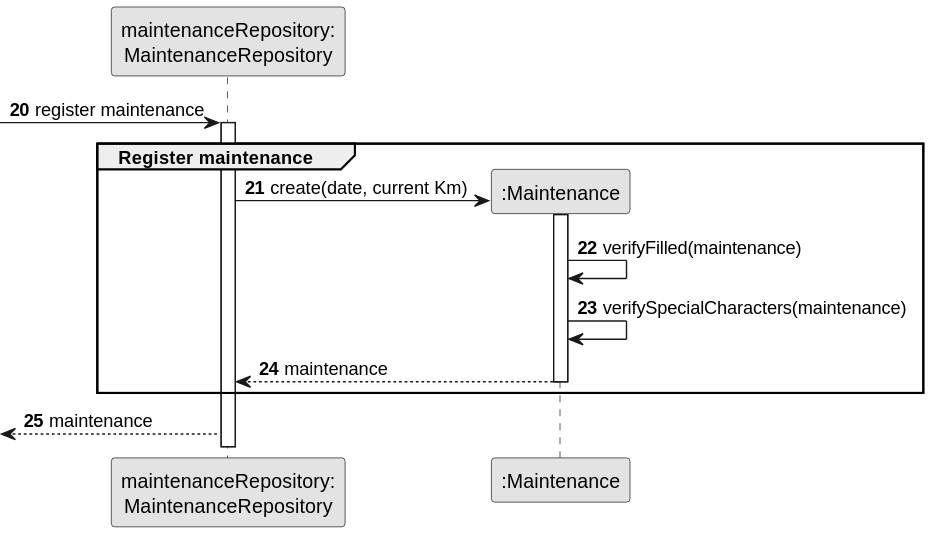
The PlantUML diagram docs/sprintB/us007/03.design/svg/us007-sequence-diagram-partial-create-maintenance.svg in ricardomm7/leaflink, before a commit.
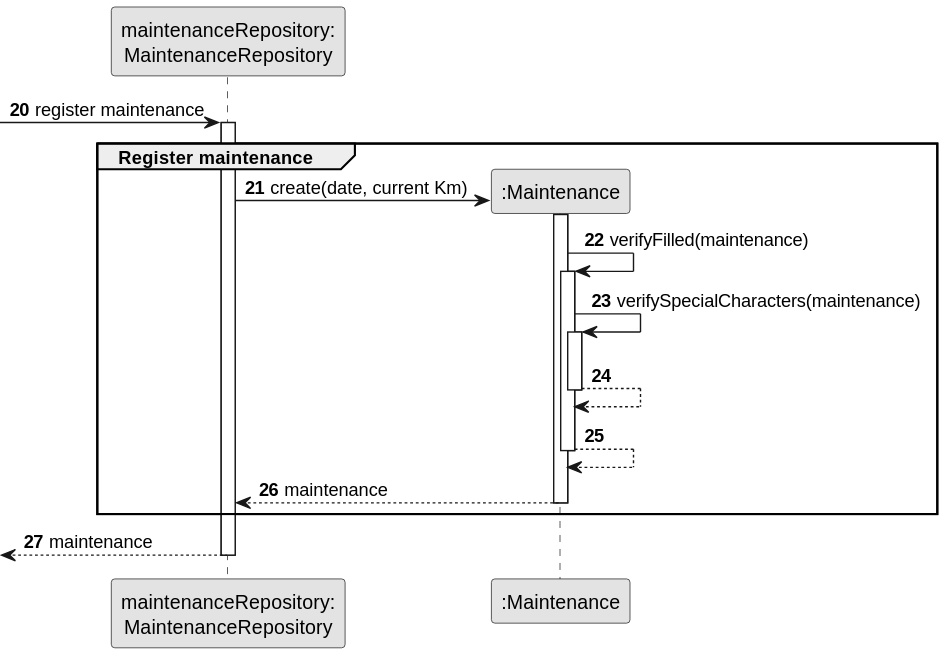
Above is the later version.

The edit, as a diff of the source:
```diff
@@ -16,10 +16,18 @@
             MaintenanceRepository -> Maintenance** : create(date, current Km)
             activate Maintenance
 
-                Maintenance -> Maintenance : verifyFilled(maintenance)
-                Maintenance -> Maintenance : verifySpecialCharacters(maintenance)
+                            Maintenance -> Maintenance : verifyFilled(maintenance)
+                            activate Maintenance
+                            Maintenance -> Maintenance : verifySpecialCharacters(maintenance)
+                            activate Maintenance
+                            Maintenance --> Maintenance
+                            deactivate Maintenance
+                            Maintenance --> Maintenance
+                            deactivate Maintenance
                 Maintenance --> MaintenanceRepository : maintenance
-               deactivate
+               deactivate Maintenance
+
                end
                 <-- MaintenanceRepository : maintenance
+deactivate MaintenanceRepository
 @enduml
```
